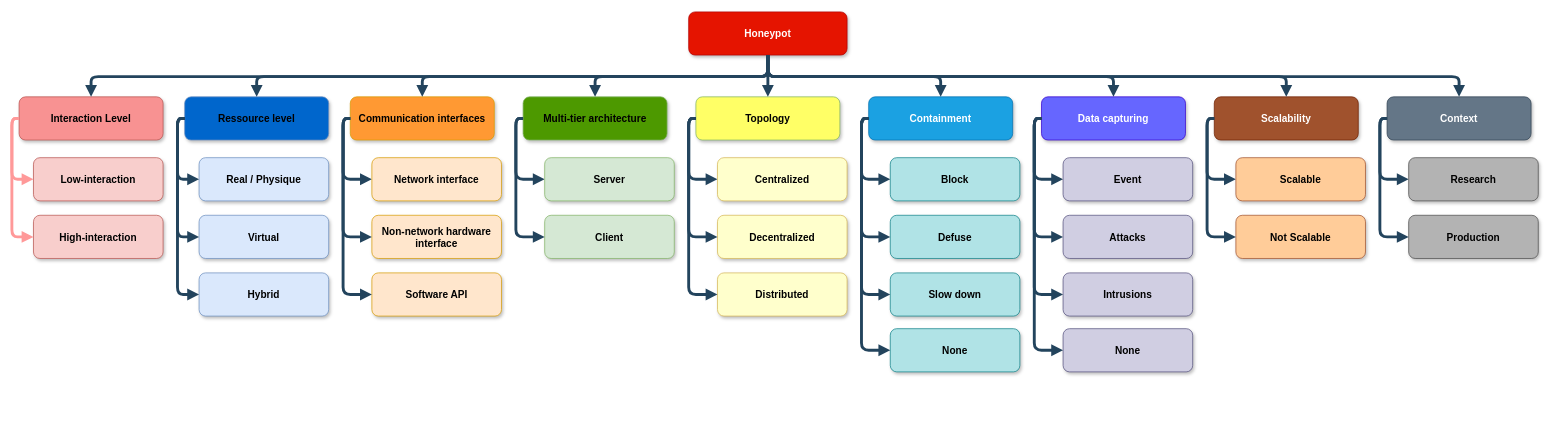
Before: IMAGES/Honeypot-Characteristics.drawio in cetic/honeypot, a draw.io diagram. Source tidied: cells renumbered, new cells numbered last; positions are measured from the earlier drawing's top-left corner, leaving out a move shared by most shapes. Both pictures are drawn from the tidied source at 72%, with x=0, y=0 at pixel (-68, 12).
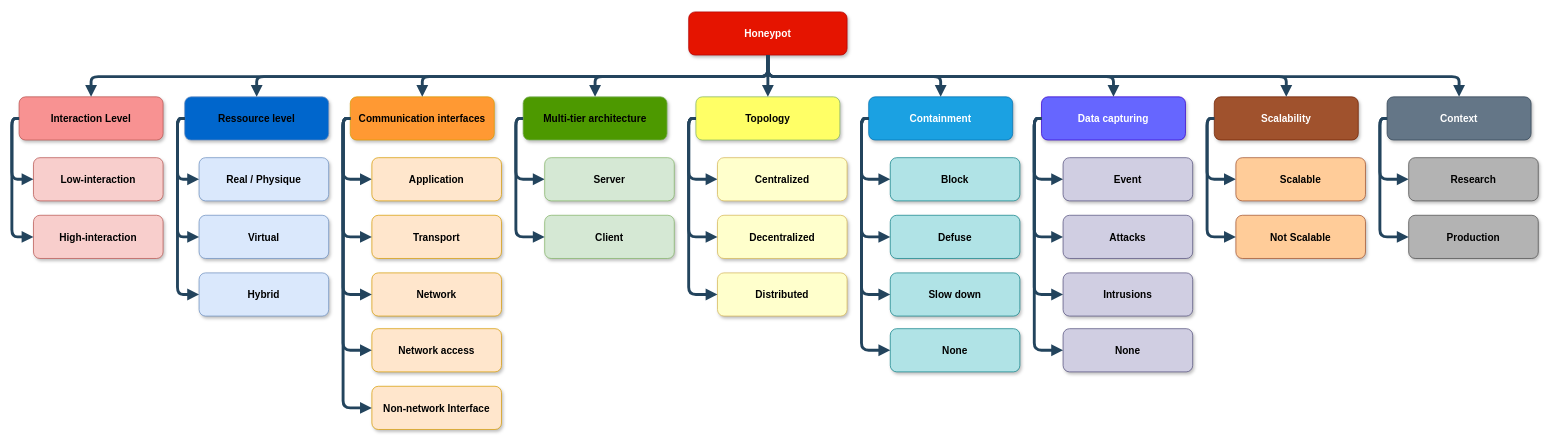
After the change.

Commit message (it also covers changes not shown here):
modification of the "Communication interface" characteristic

The change refers to these unchanged cells:
```xml
<mxCell id="3" value="Interaction Level" style="rounded=1;fillColor=#F89292;strokeColor=#b85450;shadow=1;fontStyle=1;fontSize=14;" parent="1" vertex="1">
  <mxGeometry x="120" y="118" width="200" height="60" as="geometry" />
</mxCell>
<mxCell id="5" value="Communication interfaces" style="rounded=1;fillColor=#FF9933;strokeColor=#d79b00;shadow=1;fontStyle=1;fontSize=14;" parent="1" vertex="1">
  <mxGeometry x="580" y="118" width="200" height="60" as="geometry" />
</mxCell>
<mxCell id="6" value="Low-interaction" style="rounded=1;fillColor=#f8cecc;strokeColor=#b85450;shadow=1;fontStyle=1;fontSize=14;" parent="1" vertex="1">
  <mxGeometry x="140" y="202.5" width="180" height="60" as="geometry" />
</mxCell>
<mxCell id="7" value="High-interaction" style="rounded=1;fillColor=#f8cecc;strokeColor=#b85450;shadow=1;fontStyle=1;fontSize=14;" parent="1" vertex="1">
  <mxGeometry x="140" y="282.5" width="180" height="60" as="geometry" />
</mxCell>
```

The edit, as a diff of the source:
```diff
@@
-    <mxCell id="11" style="edgeStyle=elbowEdgeStyle;elbow=vertical;strokeWidth=4;endArrow=block;endFill=1;fontStyle=1;strokeColor=#FF9999;exitX=0;exitY=0.5;exitDx=0;exitDy=0;entryX=0;entryY=0.5;entryDx=0;entryDy=0;" parent="1" edge="1" source="3" target="6">
+    <mxCell id="11" style="edgeStyle=elbowEdgeStyle;elbow=vertical;strokeWidth=4;endArrow=block;endFill=1;fontStyle=1;strokeColor=#23445D;exitX=0;exitY=0.5;exitDx=0;exitDy=0;entryX=0;entryY=0.5;entryDx=0;entryDy=0;" parent="1" edge="1" source="3" target="6">
       <mxGeometry x="-168" y="178" as="geometry">
         <Array as="points">
           <mxPoint x="110" y="202.5" />
           <mxPoint x="90" y="212.5" />
           <mxPoint x="80" y="182.5" />
           <mxPoint x="20" y="222.5" />
         </Array>
       </mxGeometry>
     </mxCell>
-    <mxCell id="12" style="edgeStyle=elbowEdgeStyle;elbow=vertical;strokeWidth=4;endArrow=block;endFill=1;fontStyle=1;strokeColor=#FF9999;exitX=0;exitY=0.5;exitDx=0;exitDy=0;" parent="1" edge="1" source="3" target="7">
+    <mxCell id="12" style="edgeStyle=elbowEdgeStyle;elbow=vertical;strokeWidth=4;endArrow=block;endFill=1;fontStyle=1;strokeColor=#23445D;exitX=0;exitY=0.5;exitDx=0;exitDy=0;" parent="1" edge="1" source="3" target="7">
       <mxGeometry x="-128" y="178" as="geometry">
         <Array as="points">
           <mxPoint x="110" y="192.5" />
           <mxPoint x="90" y="192.5" />
           <mxPoint x="100" y="192.5" />
           <mxPoint x="80" y="272.5" />
         </Array>
       </mxGeometry>
     </mxCell>
@@
-    <mxCell id="19" value="Non-network hardware &#10;interface" style="rounded=1;fillColor=#ffe6cc;strokeColor=#d79b00;shadow=1;fontStyle=1;fontSize=14;" parent="1" vertex="1">
+    <mxCell id="19" value="Transport" style="rounded=1;fillColor=#ffe6cc;strokeColor=#d79b00;shadow=1;fontStyle=1;fontSize=14;" parent="1" vertex="1">
       <mxGeometry x="610" y="282.5" width="180" height="60" as="geometry" />
     </mxCell>
@@
-    <mxCell id="21" value="Network interface" style="rounded=1;fillColor=#ffe6cc;strokeColor=#d79b00;shadow=1;fontStyle=1;fontSize=14;" parent="1" vertex="1">
+    <mxCell id="21" value="Application" style="rounded=1;fillColor=#ffe6cc;strokeColor=#d79b00;shadow=1;fontStyle=1;fontSize=14;" parent="1" vertex="1">
       <mxGeometry x="610" y="202.5" width="180" height="60" as="geometry" />
     </mxCell>
@@
-    <mxCell id="23" value="Software API " style="rounded=1;fillColor=#ffe6cc;strokeColor=#d79b00;shadow=1;fontStyle=1;fontSize=14;" parent="1" vertex="1">
+    <mxCell id="23" value="Network " style="rounded=1;fillColor=#ffe6cc;strokeColor=#d79b00;shadow=1;fontStyle=1;fontSize=14;" parent="1" vertex="1">
       <mxGeometry x="610" y="362.5" width="180" height="60" as="geometry" />
     </mxCell>
@@
+    <mxCell id="71" value="Network access" style="rounded=1;fillColor=#ffe6cc;strokeColor=#d79b00;shadow=1;fontStyle=1;fontSize=14;" parent="1" vertex="1">
+      <mxGeometry x="610" y="440" width="180" height="60" as="geometry" />
+    </mxCell>
+    <mxCell id="72" value="Non-network Interface " style="rounded=1;fillColor=#ffe6cc;strokeColor=#d79b00;shadow=1;fontStyle=1;fontSize=14;" parent="1" vertex="1">
+      <mxGeometry x="610" y="520" width="180" height="60" as="geometry" />
+    </mxCell>
+    <mxCell id="73" style="edgeStyle=elbowEdgeStyle;elbow=vertical;strokeWidth=4;endArrow=block;endFill=1;fontStyle=1;strokeColor=#23445D;exitX=0;exitY=0.5;exitDx=0;exitDy=0;entryX=0;entryY=0.5;entryDx=0;entryDy=0;" parent="1" edge="1" source="5" target="71">
+      <mxGeometry x="-118" y="258" as="geometry">
+        <Array as="points">
+          <mxPoint x="570" y="323" />
+          <mxPoint x="600" y="212.5" />
+          <mxPoint x="360" y="322.5" />
+          <mxPoint x="390" y="242.5" />
+          <mxPoint x="400" y="242.5" />
+          <mxPoint x="390" y="282.5" />
+          <mxPoint x="70" y="302.5" />
+        </Array>
+      </mxGeometry>
+    </mxCell>
+    <mxCell id="74" style="edgeStyle=elbowEdgeStyle;elbow=vertical;strokeWidth=4;endArrow=block;endFill=1;fontStyle=1;strokeColor=#23445D;exitX=0;exitY=0.5;exitDx=0;exitDy=0;entryX=0;entryY=0.5;entryDx=0;entryDy=0;" parent="1" edge="1" source="5" target="72">
+      <mxGeometry x="-108" y="268" as="geometry">
+        <Array as="points">
+          <mxPoint x="570" y="340" />
+          <mxPoint x="610" y="222.5" />
+          <mxPoint x="370" y="332.5" />
+          <mxPoint x="400" y="252.5" />
+          <mxPoint x="410" y="252.5" />
+          <mxPoint x="400" y="292.5" />
+          <mxPoint x="80" y="312.5" />
+        </Array>
+      </mxGeometry>
+    </mxCell>
```
